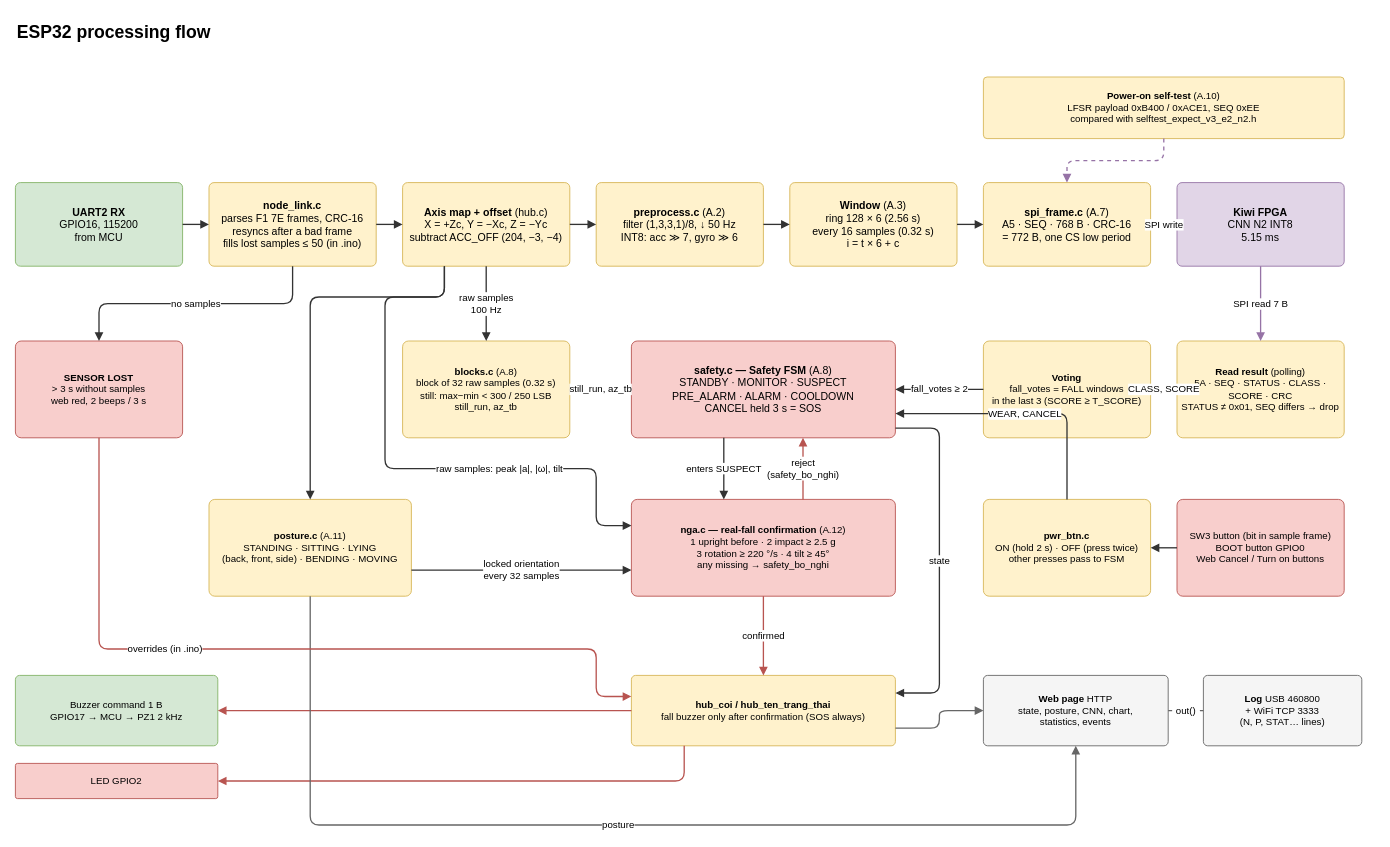
This is page "3. ESP32 processing flow" (3 of 8) of docs/so_do_he_thong.drawio from danhle396/fpga2026gowin, a draw.io file, before an edit. Source tidied: cells renumbered, new cells numbered last; positions are measured from the earlier drawing's top-left corner, leaving out a move shared by most shapes. Both pictures are drawn from the tidied source at 88%, with x=0, y=0 at pixel (15, 15).
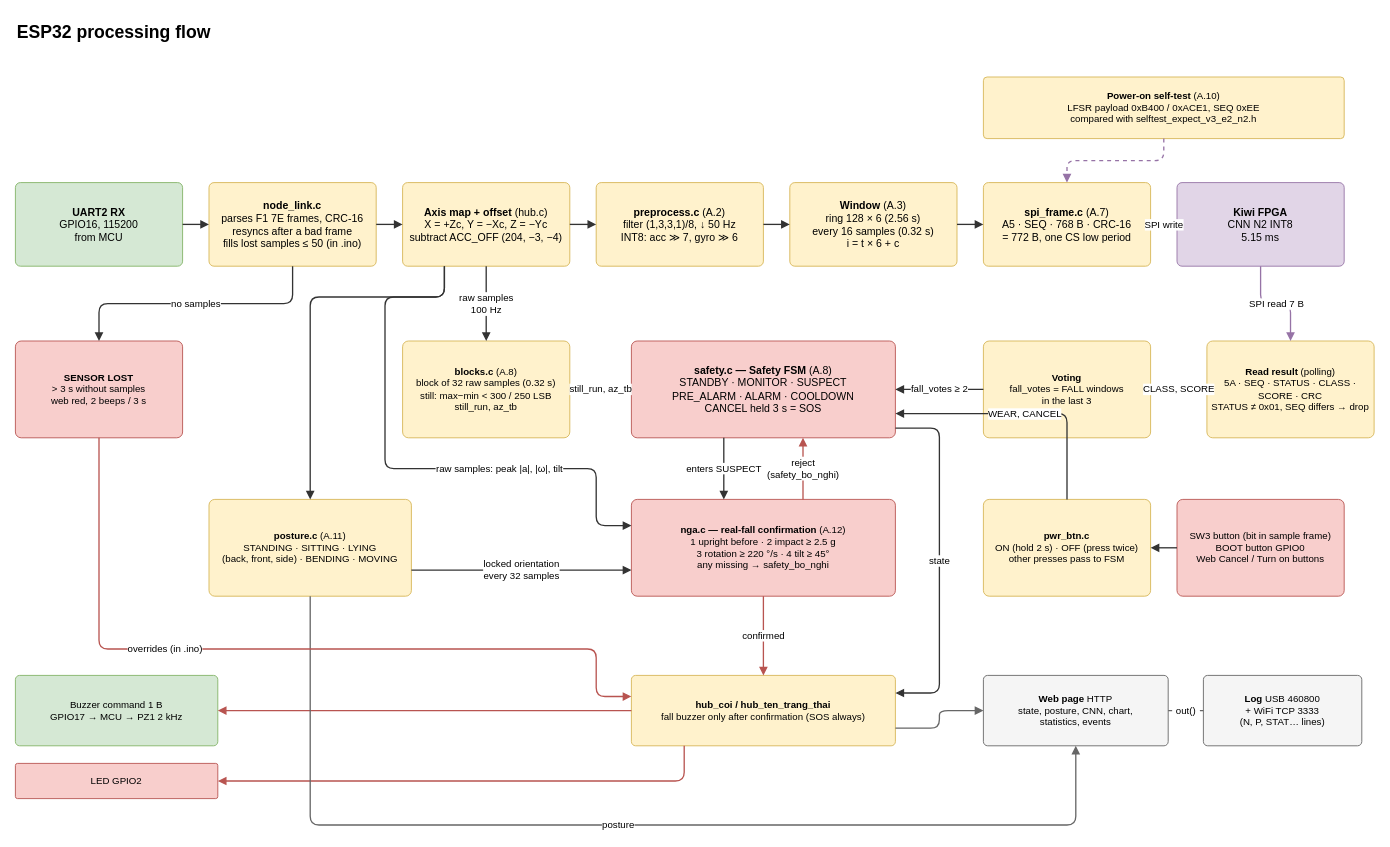
The same page after the edit.

Diff of the diagram source:
```diff
@@
     <mxCell id="11" value="&lt;b&gt;Read result&lt;/b&gt; (polling)&lt;br&gt;5A · SEQ · STATUS · CLASS · SCORE · CRC&lt;br&gt;STATUS ≠ 0x01, SEQ differs → drop" style="rounded=1;whiteSpace=wrap;html=1;arcSize=6;fillColor=#fff2cc;strokeColor=#d6b656;verticalAlign=middle;align=center;spacing=6;fontSize=12;fontSize=11;" parent="1" vertex="1">
-      <mxGeometry x="1320" y="370" width="190" height="110" as="geometry" />
+      <mxGeometry x="1354" y="370" width="190" height="110" as="geometry" />
     </mxCell>
-    <mxCell id="12" value="&lt;b&gt;Voting&lt;/b&gt;&lt;br&gt;fall_votes = FALL windows&lt;br&gt;in the last 3 (SCORE ≥ T_SCORE)" style="rounded=1;whiteSpace=wrap;html=1;arcSize=6;fillColor=#fff2cc;strokeColor=#d6b656;verticalAlign=middle;align=center;spacing=6;fontSize=12;fontSize=11;" parent="1" vertex="1">
+    <mxCell id="12" value="&lt;b&gt;Voting&lt;/b&gt;&lt;br&gt;fall_votes = FALL windows&lt;br&gt;in the last 3" style="rounded=1;whiteSpace=wrap;html=1;arcSize=6;fillColor=#fff2cc;strokeColor=#d6b656;verticalAlign=middle;align=center;spacing=6;fontSize=12;fontSize=11;" parent="1" vertex="1">
       <mxGeometry x="1100" y="370" width="190" height="110" as="geometry" />
     </mxCell>
```
